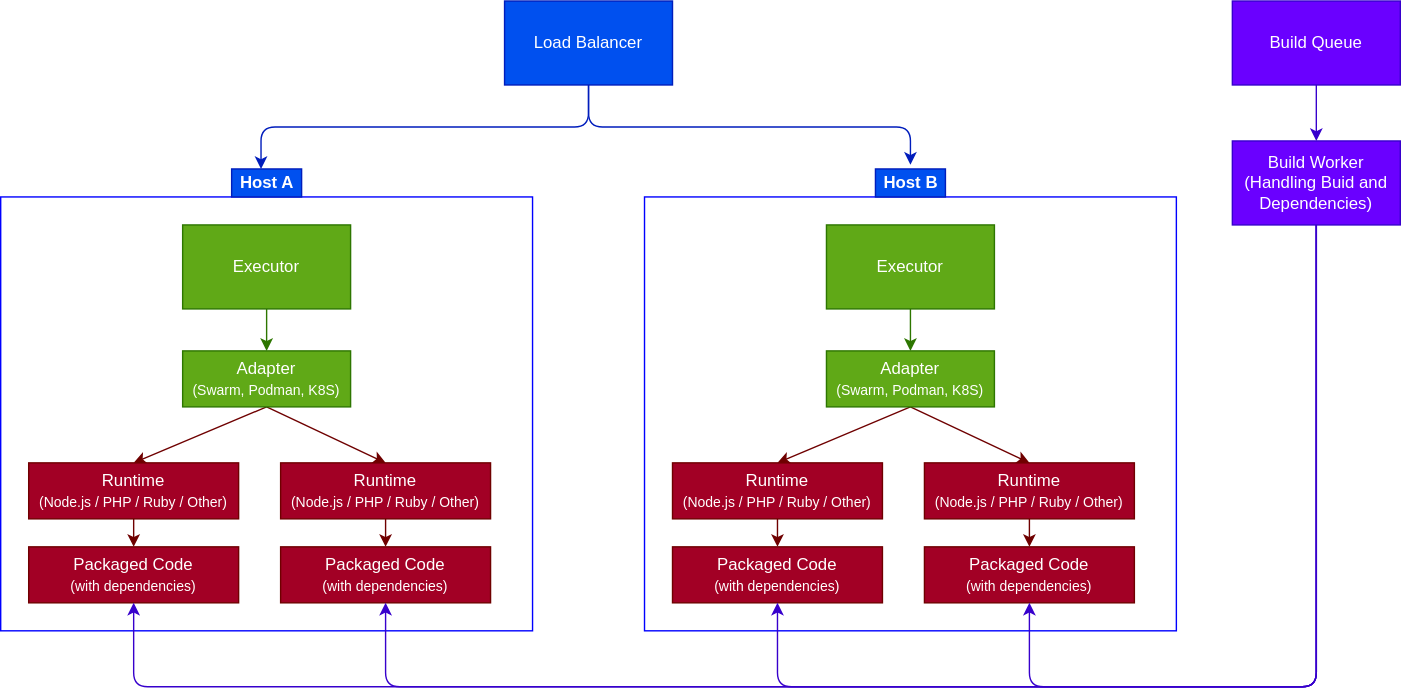
This is architecture.v1.drawio.svg from open-runtimes/open-runtimes, a draw.io export, as it was before one commit. Source tidied: cells renumbered, new cells last; positions are measured from the earlier drawing's top-left corner, leaving out a move shared by most shapes.
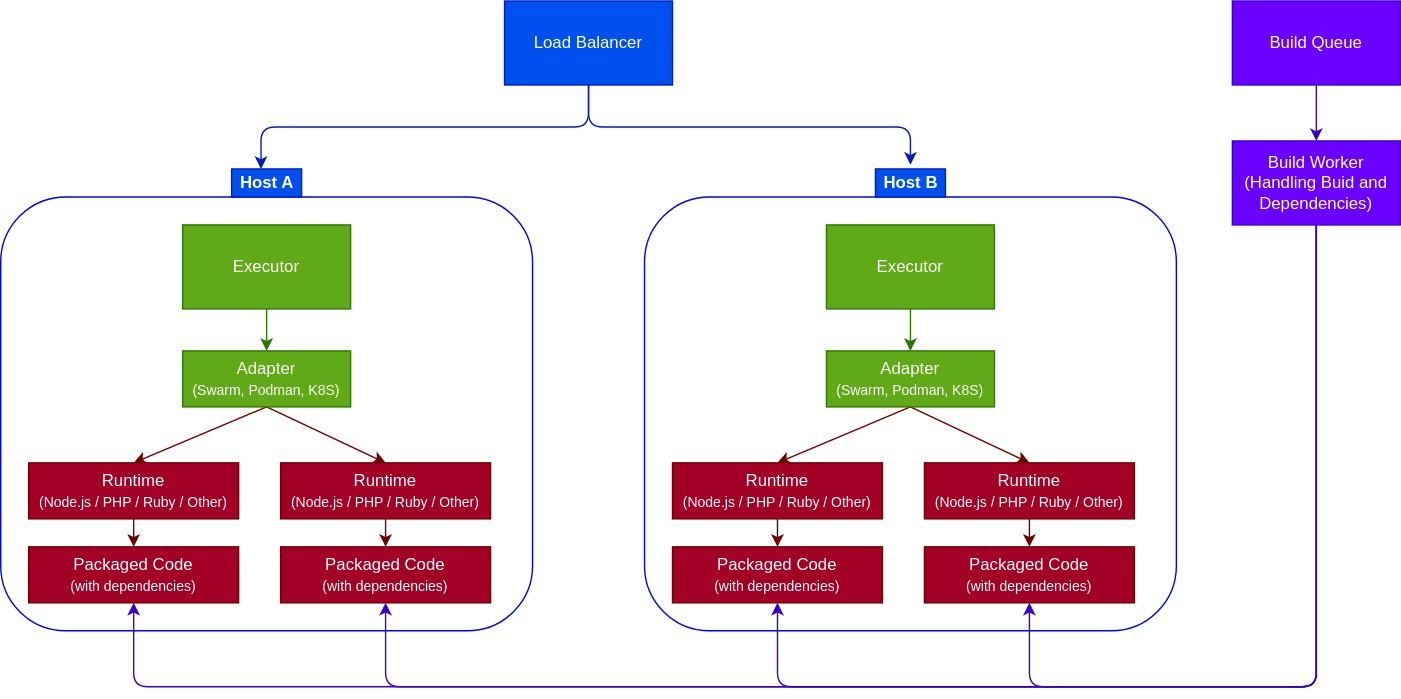
Later version of the same file.

The edit, as a diff of the source:
```diff
@@ -2,7 +2,7 @@
   <root>
     <mxCell id="0" />
     <mxCell id="1" parent="0" />
-    <mxCell id="2" style="rounded=0;whiteSpace=wrap;html=1;fontSize=10;fillColor=none;strokeColor=#0000FF;" parent="1" vertex="1">
+    <mxCell id="2" style="rounded=1;whiteSpace=wrap;html=1;fontSize=10;fillColor=none;strokeColor=#0000FF;" parent="1" vertex="1">
       <mxGeometry y="140" width="380" height="310" as="geometry" />
     </mxCell>
     <mxCell id="3" style="edgeStyle=none;html=1;fillColor=#60a917;strokeColor=#2D7600;" parent="1" edge="1" source="4" target="7">
@@ -35,7 +35,7 @@
     <mxCell id="12" value="Runtime&lt;br&gt;&lt;font style=&quot;font-size: 10px&quot;&gt;(Node.js / PHP / Ruby / Other)&lt;/font&gt;" style="rounded=0;whiteSpace=wrap;html=1;fillColor=#a20025;fontColor=#ffffff;strokeColor=#6F0000;" parent="1" vertex="1">
       <mxGeometry x="200" y="330" width="150" height="40" as="geometry" />
     </mxCell>
-    <mxCell id="13" style="rounded=0;whiteSpace=wrap;html=1;fontSize=10;fillColor=none;strokeColor=#0000FF;" parent="1" vertex="1">
+    <mxCell id="13" style="rounded=1;whiteSpace=wrap;html=1;fontSize=10;fillColor=none;strokeColor=#0000FF;" parent="1" vertex="1">
       <mxGeometry x="460" y="140" width="380" height="310" as="geometry" />
     </mxCell>
     <mxCell id="14" style="edgeStyle=none;html=1;fillColor=#60a917;strokeColor=#2D7600;" parent="1" edge="1" source="15" target="18">
```
